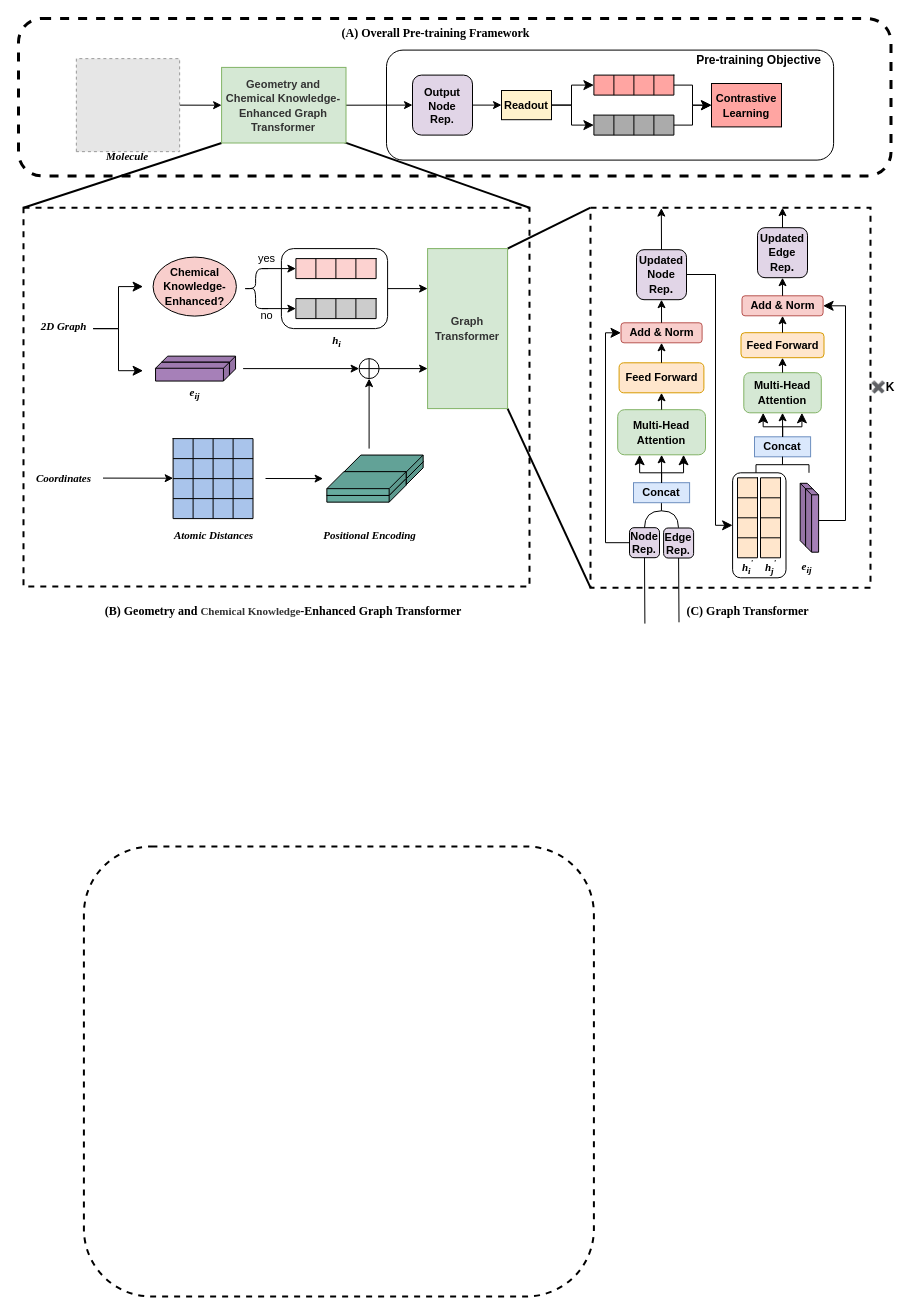
Before: draw.io/MolPGT-framework250105.drawio in tetean/image-host, a draw.io diagram. Source tidied: cells renumbered, new cells numbered last; positions are measured from the earlier drawing's top-left corner, leaving out a move shared by most shapes. Both pictures are drawn from the tidied source at 100%, with x=0, y=0 at pixel (18, 18). Pictures stored in the file or linked from it are replaced by grey dashed boxes.
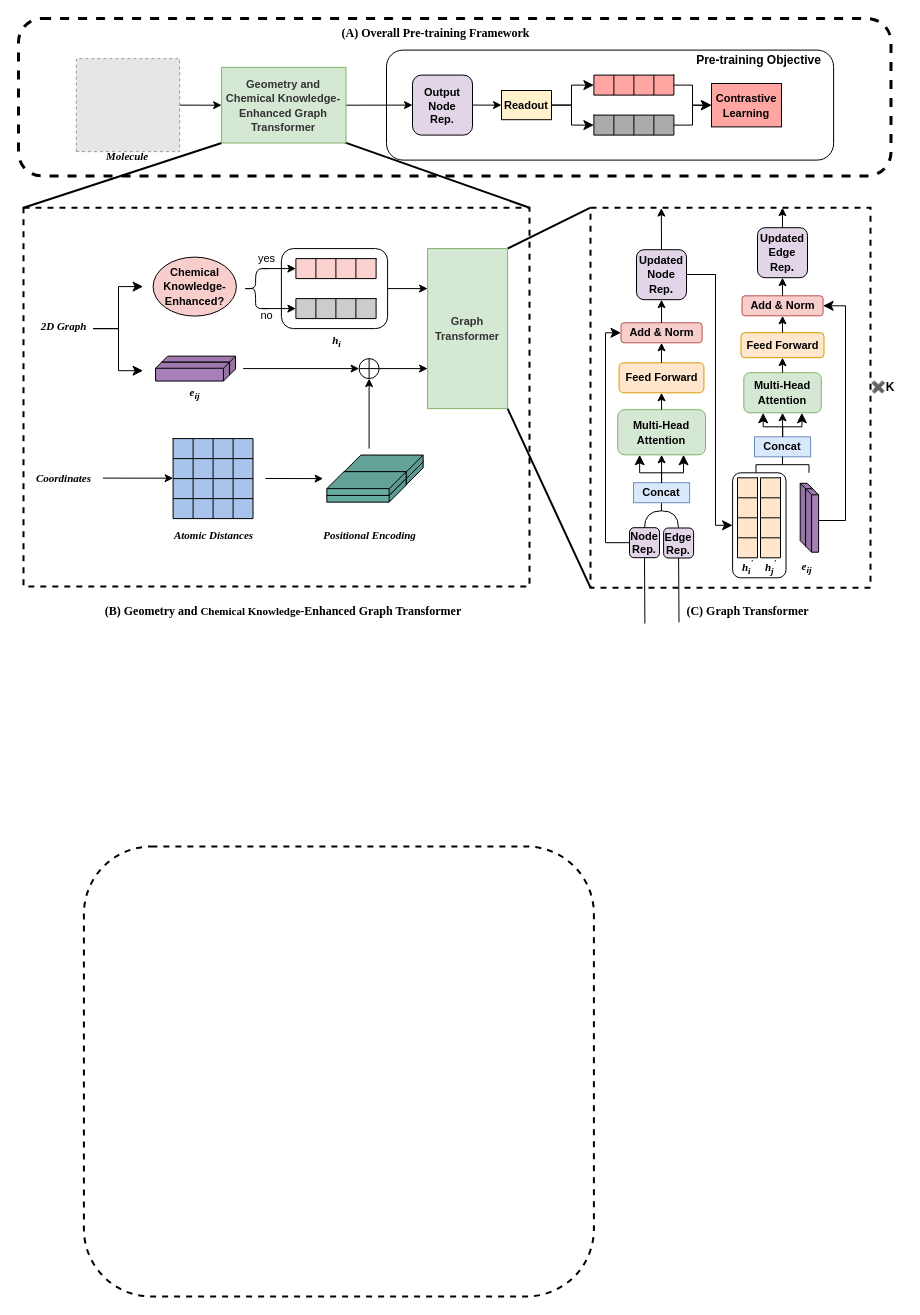
The same diagram, later.

The edit, as a diff of the source:
```diff
@@
-    <mxCell id="92" value="&lt;b&gt;&lt;font face=&quot;Times New Roman&quot;&gt;(B) Geometry and&amp;nbsp;&lt;span style=&quot;color: rgb(51, 51, 51); font-size: 11px;&quot;&gt;Chemical Knowledge&lt;/span&gt;-Enhanced Graph Transformer&lt;/font&gt;&lt;/b&gt;" style="text;html=1;align=center;verticalAlign=middle;whiteSpace=wrap;rounded=0;" parent="1" vertex="1">
+    <mxCell id="92" value="&lt;b&gt;&lt;font face=&quot;Times New Roman&quot; style=&quot;color: rgb(0, 0, 0);&quot;&gt;(B) Geometry and&amp;nbsp;&lt;span style=&quot;font-size: 11px;&quot;&gt;Chemical Knowledge&lt;/span&gt;-Enhanced Graph Transformer&lt;/font&gt;&lt;/b&gt;" style="text;html=1;align=center;verticalAlign=middle;whiteSpace=wrap;rounded=0;" parent="1" vertex="1">
       <mxGeometry x="59.2" y="578" width="412.1" height="30" as="geometry" />
     </mxCell>
```
